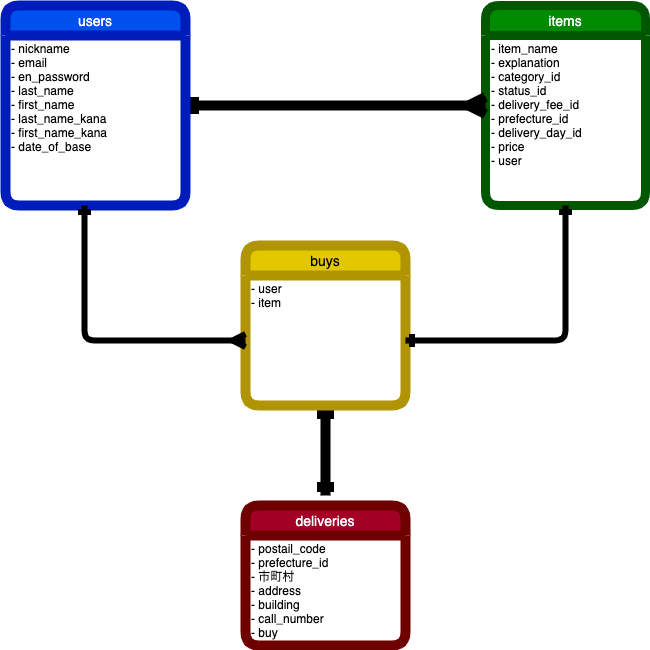
This is table2.png from mozu888/furima-37230, a draw.io export, as it was before one commit. Source tidied: cells renumbered, new cells last; positions are measured from the earlier drawing's top-left corner, leaving out a move shared by most shapes.
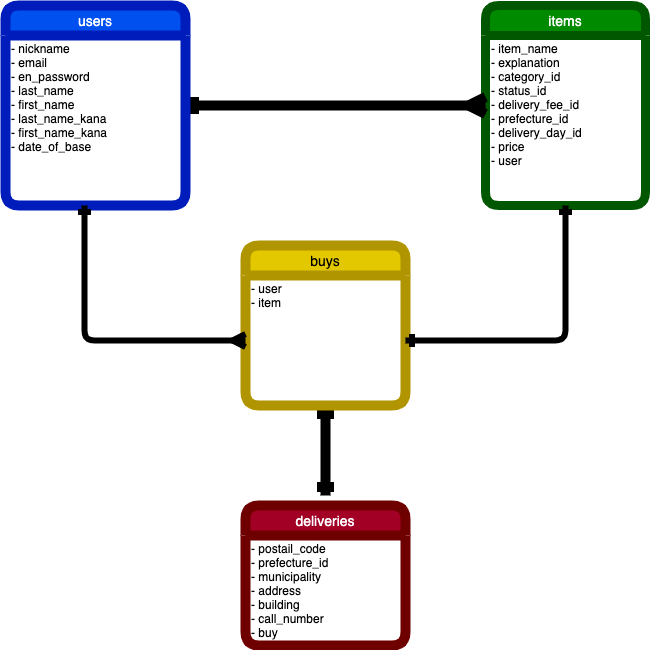
Above is the later version.

Change to the diagram source:
```diff
@@ -49,7 +49,7 @@
     <mxCell id="13" value="deliveries" style="swimlane;horizontal=1;startSize=30;rounded=1;fontSize=14;fontStyle=0;strokeWidth=10;shadow=0;dashed=0;align=center;fillColor=#a20025;strokeColor=#6F0000;fontColor=#ffffff;" parent="1" vertex="1">
       <mxGeometry x="240" y="500" width="160" height="140" as="geometry" />
     </mxCell>
-    <mxCell id="14" value="- postail_code&#10;- prefecture_id&#10;- 市町村&#10;- address&#10;- building&#10;- call_number&#10;- buy" style="align=left;strokeColor=none;fillColor=none;spacingLeft=4;fontSize=12;verticalAlign=top;" parent="13" vertex="1">
+    <mxCell id="14" value="- postail_code&#10;- prefecture_id&#10;- municipality&#10;- address&#10;- building&#10;- call_number&#10;- buy" style="align=left;strokeColor=none;fillColor=none;spacingLeft=4;fontSize=12;verticalAlign=top;" parent="13" vertex="1">
       <mxGeometry y="30" width="160" height="110" as="geometry" />
     </mxCell>
   </root>
```
